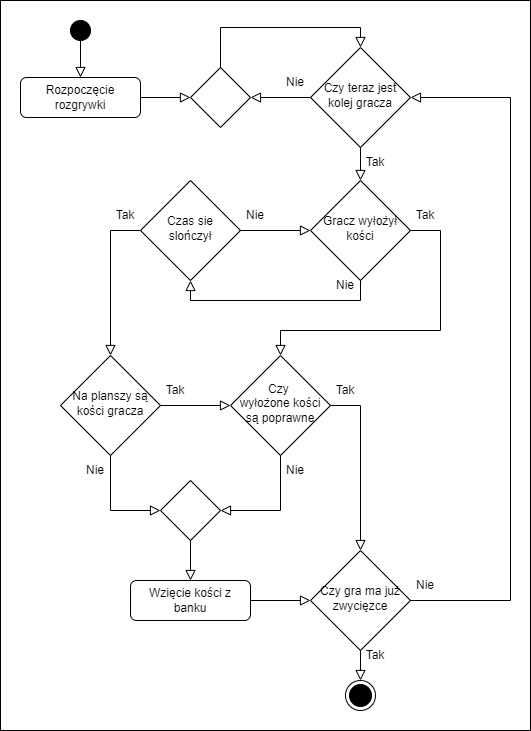
The draw.io diagram img/activity-diagram-game.png in adbednarz/engenering-thesis, before a commit. Source tidied: cells renumbered, new cells last; positions are measured from the earlier drawing's top-left corner, leaving out a move shared by most shapes.
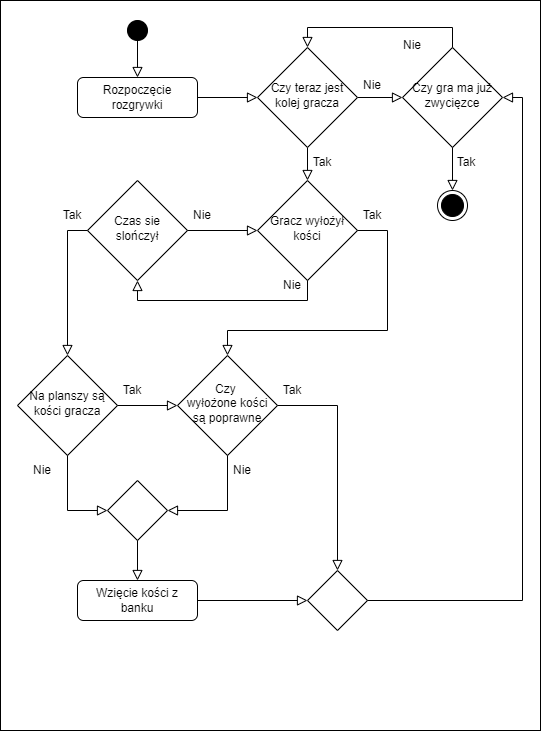
Later version of the same file.

What changed in the source:
```diff
@@ -3,7 +3,7 @@
     <mxCell id="0" />
     <mxCell id="1" parent="0" />
     <mxCell id="2" style="rounded=0;whiteSpace=wrap;html=1;strokeColor=#000000;" parent="1" vertex="1">
-      <mxGeometry width="530" height="730" as="geometry" />
+      <mxGeometry x="53" width="540" height="730" as="geometry" />
     </mxCell>
     <mxCell id="3" value="Gracz wyłożył kości" style="rhombus;whiteSpace=wrap;html=1;shadow=0;fontFamily=Helvetica;fontSize=12;align=center;strokeWidth=1;spacing=6;spacingTop=-4;" parent="1" vertex="1">
       <mxGeometry x="310" y="180" width="100" height="100" as="geometry" />
@@ -15,21 +15,16 @@
       <mxGeometry x="360" y="147" width="30" height="30" as="geometry" />
     </mxCell>
     <mxCell id="6" value="Czy gra ma już zwycięzce" style="rhombus;whiteSpace=wrap;html=1;shadow=0;fontFamily=Helvetica;fontSize=12;align=center;strokeWidth=1;spacing=6;spacingTop=-4;" parent="1" vertex="1">
-      <mxGeometry x="310" y="550" width="100" height="100" as="geometry" />
+      <mxGeometry x="455" y="47" width="100" height="100" as="geometry" />
     </mxCell>
-    <mxCell id="7" style="rounded=0;html=1;jettySize=auto;fontSize=11;endArrow=block;endFill=0;endSize=8;strokeWidth=1;shadow=0;labelBackgroundColor=none;edgeStyle=orthogonalEdgeStyle;exitX=1;exitY=0.5;exitDx=0;exitDy=0;entryX=1;entryY=0.5;entryDx=0;entryDy=0;" parent="1" edge="1" source="6" target="20">
-      <mxGeometry relative="1" as="geometry">
-        <Array as="points">
-          <mxPoint x="510" y="600" />
-          <mxPoint x="510" y="97" />
-        </Array>
-      </mxGeometry>
+    <mxCell id="7" style="rounded=0;html=1;jettySize=auto;fontSize=11;endArrow=block;endFill=0;endSize=8;strokeWidth=1;shadow=0;labelBackgroundColor=none;edgeStyle=orthogonalEdgeStyle;entryX=0;entryY=0.5;entryDx=0;entryDy=0;exitX=1;exitY=0.5;exitDx=0;exitDy=0;" parent="1" edge="1" source="20" target="6">
+      <mxGeometry relative="1" as="geometry" />
     </mxCell>
     <mxCell id="8" style="rounded=0;html=1;jettySize=auto;fontSize=11;endArrow=block;endFill=0;endSize=8;strokeWidth=1;shadow=0;labelBackgroundColor=none;edgeStyle=orthogonalEdgeStyle;exitX=0.5;exitY=1;exitDx=0;exitDy=0;" parent="1" edge="1" source="6" target="9">
       <mxGeometry relative="1" as="geometry" />
     </mxCell>
     <mxCell id="9" style="ellipse;html=1;shape=endState;fillColor=#000000;strokeColor=#000000;" parent="1" vertex="1">
-      <mxGeometry x="345" y="680" width="30" height="30" as="geometry" />
+      <mxGeometry x="490" y="190" width="30" height="30" as="geometry" />
     </mxCell>
     <mxCell id="10" value="Czas sie slończył" style="rhombus;whiteSpace=wrap;html=1;shadow=0;fontFamily=Helvetica;fontSize=12;align=center;strokeWidth=1;spacing=6;spacingTop=-4;" parent="1" vertex="1">
       <mxGeometry x="140" y="180" width="100" height="100" as="geometry" />
@@ -53,7 +48,7 @@
     <mxCell id="15" value="Wzięcie kości z banku" style="rounded=1;whiteSpace=wrap;html=1;fontSize=12;glass=0;strokeWidth=1;shadow=0;" parent="1" vertex="1">
       <mxGeometry x="130" y="580" width="120" height="40" as="geometry" />
     </mxCell>
-    <mxCell id="16" style="rounded=0;html=1;jettySize=auto;fontSize=11;endArrow=block;endFill=0;endSize=8;strokeWidth=1;shadow=0;labelBackgroundColor=none;edgeStyle=orthogonalEdgeStyle;entryX=0;entryY=0.5;entryDx=0;entryDy=0;" parent="1" edge="1" source="15" target="6">
+    <mxCell id="16" style="rounded=0;html=1;jettySize=auto;fontSize=11;endArrow=block;endFill=0;endSize=8;strokeWidth=1;shadow=0;labelBackgroundColor=none;edgeStyle=orthogonalEdgeStyle;entryX=0;entryY=0.5;entryDx=0;entryDy=0;" parent="1" edge="1" source="15" target="45">
       <mxGeometry relative="1" as="geometry" />
     </mxCell>
     <mxCell id="17" value="Czy &lt;br&gt;wyłożone kości są poprawne" style="rhombus;whiteSpace=wrap;html=1;shadow=0;fontFamily=Helvetica;fontSize=12;align=center;strokeWidth=1;spacing=6;spacingTop=-4;" parent="1" vertex="1">
@@ -62,35 +57,18 @@
     <mxCell id="18" style="rounded=0;html=1;jettySize=auto;fontSize=11;endArrow=block;endFill=0;endSize=8;strokeWidth=1;shadow=0;labelBackgroundColor=none;edgeStyle=orthogonalEdgeStyle;exitX=0.5;exitY=1;exitDx=0;exitDy=0;entryX=1;entryY=0.5;entryDx=0;entryDy=0;" parent="1" edge="1" source="17" target="30">
       <mxGeometry relative="1" as="geometry" />
     </mxCell>
-    <mxCell id="19" style="rounded=0;html=1;jettySize=auto;fontSize=11;endArrow=block;endFill=0;endSize=8;strokeWidth=1;shadow=0;labelBackgroundColor=none;edgeStyle=orthogonalEdgeStyle;entryX=0.5;entryY=0;entryDx=0;entryDy=0;exitX=1;exitY=0.5;exitDx=0;exitDy=0;" parent="1" edge="1" source="17" target="6">
+    <mxCell id="19" style="rounded=0;html=1;jettySize=auto;fontSize=11;endArrow=block;endFill=0;endSize=8;strokeWidth=1;shadow=0;labelBackgroundColor=none;edgeStyle=orthogonalEdgeStyle;exitX=1;exitY=0.5;exitDx=0;exitDy=0;entryX=0.5;entryY=0;entryDx=0;entryDy=0;" parent="1" edge="1" source="17" target="45">
       <mxGeometry relative="1" as="geometry" />
     </mxCell>
     <mxCell id="20" value="Czy teraz jest kolej gracza" style="rhombus;whiteSpace=wrap;html=1;shadow=0;fontFamily=Helvetica;fontSize=12;align=center;strokeWidth=1;spacing=6;spacingTop=-4;" parent="1" vertex="1">
       <mxGeometry x="310" y="47" width="100" height="100" as="geometry" />
     </mxCell>
-    <mxCell id="21" style="rhombus;whiteSpace=wrap;html=1;shadow=0;fontFamily=Helvetica;fontSize=12;align=center;strokeWidth=1;spacing=6;spacingTop=-4;" parent="1" vertex="1">
-      <mxGeometry x="190" y="67" width="60" height="60" as="geometry" />
-    </mxCell>
-    <mxCell id="22" style="rounded=0;html=1;jettySize=auto;fontSize=11;endArrow=block;endFill=0;endSize=8;strokeWidth=1;shadow=0;labelBackgroundColor=none;edgeStyle=orthogonalEdgeStyle;entryX=0;entryY=0.5;entryDx=0;entryDy=0;" parent="1" edge="1" source="23" target="21">
+    <mxCell id="22" style="rounded=0;html=1;jettySize=auto;fontSize=11;endArrow=block;endFill=0;endSize=8;strokeWidth=1;shadow=0;labelBackgroundColor=none;edgeStyle=orthogonalEdgeStyle;entryX=0;entryY=0.5;entryDx=0;entryDy=0;" parent="1" edge="1" source="23" target="20">
       <mxGeometry relative="1" as="geometry" />
     </mxCell>
     <mxCell id="23" value="Rozpoczęcie rozgrywki" style="rounded=1;whiteSpace=wrap;html=1;fontSize=12;glass=0;strokeWidth=1;shadow=0;" parent="1" vertex="1">
-      <mxGeometry x="20" y="77" width="120" height="40" as="geometry" />
+      <mxGeometry x="130" y="77" width="120" height="40" as="geometry" />
     </mxCell>
-    <mxCell id="24" style="rounded=0;html=1;jettySize=auto;fontSize=11;endArrow=block;endFill=0;endSize=8;strokeWidth=1;shadow=0;labelBackgroundColor=none;edgeStyle=orthogonalEdgeStyle;exitX=0.5;exitY=0;exitDx=0;exitDy=0;entryX=0.5;entryY=0;entryDx=0;entryDy=0;" parent="1" edge="1" source="21" target="20">
-      <mxGeometry relative="1" as="geometry">
-        <Array as="points">
-          <mxPoint x="220" y="27" />
-          <mxPoint x="360" y="27" />
-        </Array>
-      </mxGeometry>
-    </mxCell>
-    <mxCell id="25" value="Nie" style="text;html=1;strokeColor=none;fillColor=none;align=center;verticalAlign=middle;whiteSpace=wrap;rounded=0;" parent="1" vertex="1">
-      <mxGeometry x="280" y="67" width="30" height="30" as="geometry" />
-    </mxCell>
-    <mxCell id="26" style="rounded=0;html=1;jettySize=auto;fontSize=11;endArrow=block;endFill=0;endSize=8;strokeWidth=1;shadow=0;labelBackgroundColor=none;edgeStyle=orthogonalEdgeStyle;exitX=0;exitY=0.5;exitDx=0;exitDy=0;entryX=1;entryY=0.5;entryDx=0;entryDy=0;" parent="1" edge="1" source="20" target="21">
-      <mxGeometry relative="1" as="geometry" />
-    </mxCell>
     <mxCell id="27" style="rounded=0;html=1;jettySize=auto;fontSize=11;endArrow=block;endFill=0;endSize=8;strokeWidth=1;shadow=0;labelBackgroundColor=none;edgeStyle=orthogonalEdgeStyle;exitX=1;exitY=0.5;exitDx=0;exitDy=0;entryX=0.5;entryY=0;entryDx=0;entryDy=0;" parent="1" edge="1" source="3" target="17">
       <mxGeometry relative="1" as="geometry">
         <Array as="points">
@@ -104,7 +82,7 @@
       <mxGeometry relative="1" as="geometry" />
     </mxCell>
     <mxCell id="29" value="Na planszy są kości gracza" style="rhombus;whiteSpace=wrap;html=1;shadow=0;fontFamily=Helvetica;fontSize=12;align=center;strokeWidth=1;spacing=6;spacingTop=-4;" parent="1" vertex="1">
-      <mxGeometry x="60" y="355" width="100" height="100" as="geometry" />
+      <mxGeometry x="70" y="355" width="100" height="100" as="geometry" />
     </mxCell>
     <mxCell id="30" style="rhombus;whiteSpace=wrap;html=1;shadow=0;fontFamily=Helvetica;fontSize=12;align=center;strokeWidth=1;spacing=6;spacingTop=-4;" parent="1" vertex="1">
       <mxGeometry x="160" y="480" width="60" height="60" as="geometry" />
@@ -134,19 +112,31 @@
       <mxGeometry x="110" y="200" width="30" height="30" as="geometry" />
     </mxCell>
     <mxCell id="39" value="Tak" style="text;html=1;strokeColor=none;fillColor=none;align=center;verticalAlign=middle;whiteSpace=wrap;rounded=0;" parent="1" vertex="1">
-      <mxGeometry x="160" y="375" width="30" height="30" as="geometry" />
+      <mxGeometry x="170" y="375" width="30" height="30" as="geometry" />
     </mxCell>
     <mxCell id="40" style="ellipse;whiteSpace=wrap;html=1;fillColor=#000000;gradientColor=#000000;strokeColor=#000000;" parent="1" vertex="1">
-      <mxGeometry x="70" y="20" width="20" height="20" as="geometry" />
+      <mxGeometry x="180" y="20" width="20" height="20" as="geometry" />
     </mxCell>
     <mxCell id="41" style="rounded=0;html=1;jettySize=auto;fontSize=11;endArrow=block;endFill=0;endSize=8;strokeWidth=1;shadow=0;labelBackgroundColor=none;edgeStyle=orthogonalEdgeStyle;exitX=0.5;exitY=1;exitDx=0;exitDy=0;" parent="1" edge="1" source="40" target="23">
       <mxGeometry relative="1" as="geometry" />
     </mxCell>
+    <mxCell id="43" value="Nie" style="text;html=1;strokeColor=none;fillColor=none;align=center;verticalAlign=middle;whiteSpace=wrap;rounded=0;" parent="1" vertex="1">
+      <mxGeometry x="450" y="30" width="30" height="30" as="geometry" />
+    </mxCell>
+    <mxCell id="44" style="rounded=0;html=1;jettySize=auto;fontSize=11;endArrow=block;endFill=0;endSize=8;strokeWidth=1;shadow=0;labelBackgroundColor=none;edgeStyle=orthogonalEdgeStyle;entryX=0.5;entryY=0;entryDx=0;entryDy=0;exitX=0.5;exitY=0;exitDx=0;exitDy=0;" parent="1" edge="1" source="6" target="20">
+      <mxGeometry relative="1" as="geometry" />
+    </mxCell>
+    <mxCell id="25" value="Nie" style="text;html=1;strokeColor=none;fillColor=none;align=center;verticalAlign=middle;whiteSpace=wrap;rounded=0;" parent="1" vertex="1">
+      <mxGeometry x="410" y="70" width="30" height="30" as="geometry" />
+    </mxCell>
+    <mxCell id="45" style="rhombus;whiteSpace=wrap;html=1;shadow=0;fontFamily=Helvetica;fontSize=12;align=center;strokeWidth=1;spacing=6;spacingTop=-4;" parent="1" vertex="1">
+      <mxGeometry x="360" y="570" width="60" height="60" as="geometry" />
+    </mxCell>
+    <mxCell id="46" style="rounded=0;html=1;jettySize=auto;fontSize=11;endArrow=block;endFill=0;endSize=8;strokeWidth=1;shadow=0;labelBackgroundColor=none;edgeStyle=orthogonalEdgeStyle;entryX=1;entryY=0.5;entryDx=0;entryDy=0;exitX=1;exitY=0.5;exitDx=0;exitDy=0;" parent="1" edge="1" source="45" target="6">
+      <mxGeometry relative="1" as="geometry" />
+    </mxCell>
     <mxCell id="42" value="Tak" style="text;html=1;strokeColor=none;fillColor=none;align=center;verticalAlign=middle;whiteSpace=wrap;rounded=0;" parent="1" vertex="1">
-      <mxGeometry x="360" y="640" width="30" height="30" as="geometry" />
+      <mxGeometry x="504" y="147" width="30" height="30" as="geometry" />
     </mxCell>
-    <mxCell id="43" value="Nie" style="text;html=1;strokeColor=none;fillColor=none;align=center;verticalAlign=middle;whiteSpace=wrap;rounded=0;" parent="1" vertex="1">
-      <mxGeometry x="410" y="570" width="30" height="30" as="geometry" />
-    </mxCell>
   </root>
 </mxGraphModel>
```
